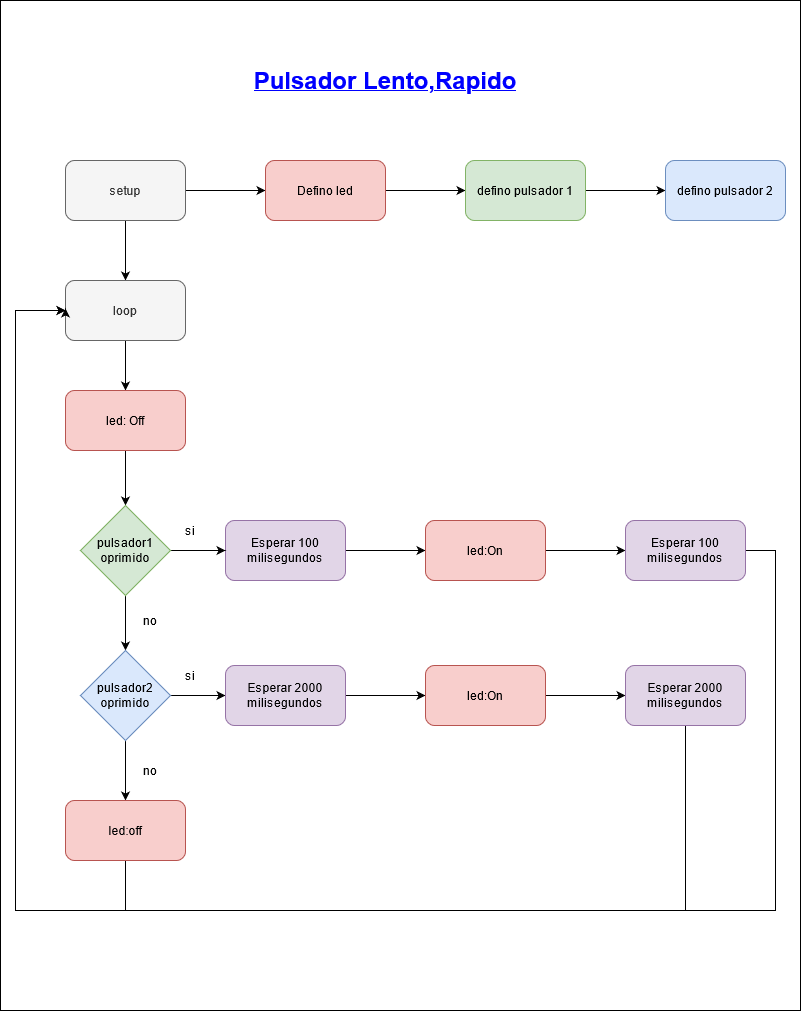
Before: Proyectos/06-pulsadorRapidoLento/imgDiagramaPulsadorRapidoLento.png, a diagram exported from draw.io (MAIALERT/ucc-electiva-iv). Source tidied: cells renumbered, new cells last; positions are measured from the earlier drawing's top-left corner, leaving out a move shared by most shapes.
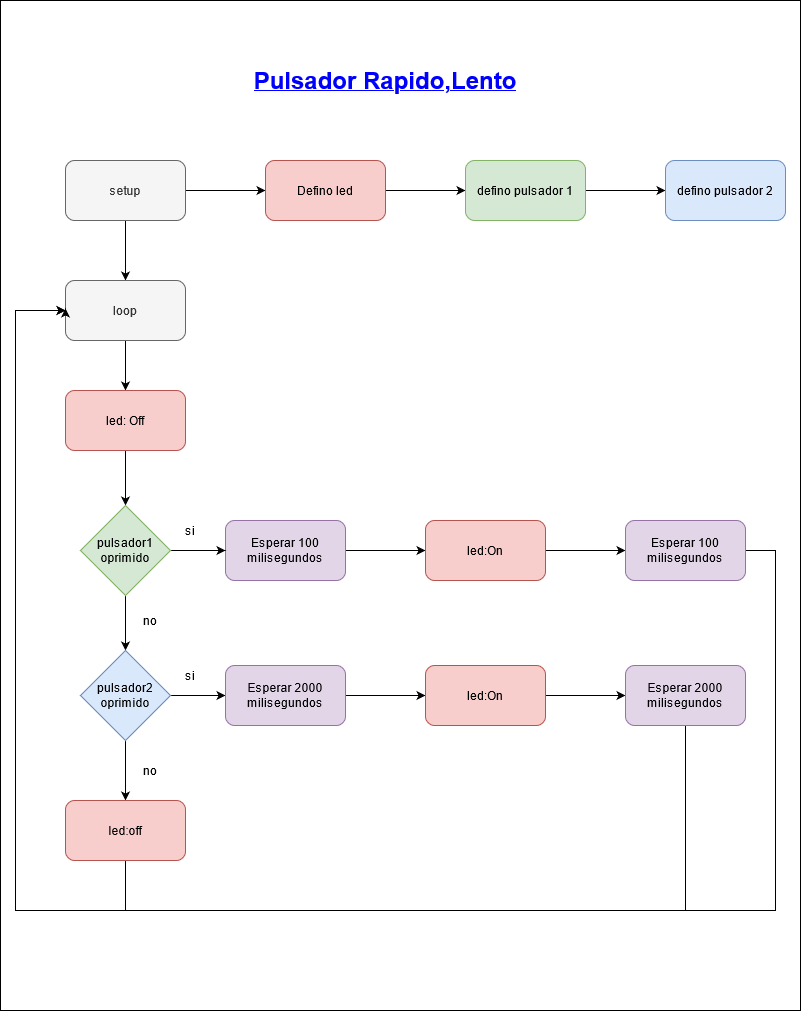
Later version of the same file.

Commit message:
titulo diagrama

edición de titulo

Diff of the diagram source:
```diff
@@ -135,7 +135,7 @@
     <mxCell id="38" value="no" style="text;html=1;strokeColor=none;fillColor=none;align=center;verticalAlign=middle;whiteSpace=wrap;rounded=0;" parent="1" vertex="1">
       <mxGeometry x="130" y="610" width="40" height="20" as="geometry" />
     </mxCell>
-    <mxCell id="39" value="&lt;font style=&quot;font-size: 24px&quot;&gt;Pulsador Lento,Rapido &lt;/font&gt;" style="text;html=1;strokeColor=none;fillColor=none;align=center;verticalAlign=middle;whiteSpace=wrap;rounded=0;fontStyle=5;fontColor=#0000FF;" parent="1" vertex="1">
+    <mxCell id="39" value="&lt;font style=&quot;font-size: 24px&quot;&gt;Pulsador Rapido,Lento &lt;/font&gt;" style="text;html=1;strokeColor=none;fillColor=none;align=center;verticalAlign=middle;whiteSpace=wrap;rounded=0;fontStyle=5;fontColor=#0000FF;" parent="1" vertex="1">
       <mxGeometry x="250" y="70" width="270" height="20" as="geometry" />
     </mxCell>
   </root>
```
